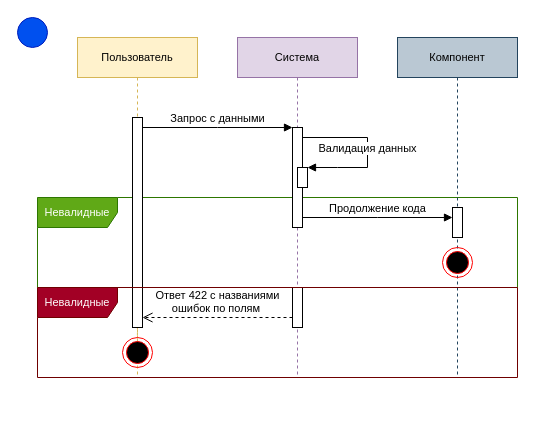
Above: page "Общее: валидация" (1 of 7) of docs/Последовательности.drawio in savayaqu/course-project-4 (draw.io), before the change. Source tidied: cells renumbered, new cells numbered last; positions are measured from the earlier drawing's top-left corner, leaving out a move shared by most shapes. Both pictures are drawn from the tidied source at 100%, with x=0, y=0 at pixel (17, 17).
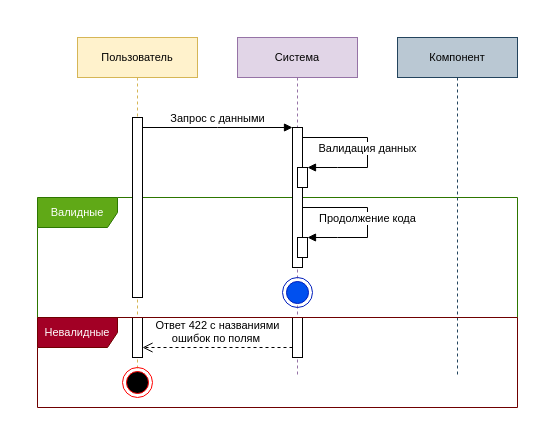
The same diagram, later.

Unchanged cells that the change refers to:
```xml
<mxCell id="4" value="Компонент" style="shape=umlLifeline;perimeter=lifelinePerimeter;whiteSpace=wrap;html=1;labelBackgroundColor=none;fontFamily=Helvetica;fontSize=11;fillColor=#bac8d3;strokeColor=#23445d;" parent="1" vertex="1">
  <mxGeometry x="380" y="20" width="120" height="340" as="geometry" />
</mxCell>
<mxCell id="8" value="Система" style="shape=umlLifeline;perimeter=lifelinePerimeter;whiteSpace=wrap;html=1;labelBackgroundColor=none;strokeColor=#9673a6;fontFamily=Helvetica;fontSize=11;fillColor=#e1d5e7;" parent="1" vertex="1">
  <mxGeometry x="220" y="20" width="120" height="340" as="geometry" />
</mxCell>
```

The edit, as a diff of the source:
```diff
@@
-    <mxCell id="3" value="Невалидные" style="shape=umlFrame;whiteSpace=wrap;html=1;labelBackgroundColor=none;strokeColor=#2D7600;fontFamily=Helvetica;fontSize=11;fillColor=#60a917;fontColor=#ffffff;width=80;height=30;" parent="1" vertex="1">
-      <mxGeometry x="20" y="180" width="480" height="90" as="geometry" />
+    <mxCell id="3" value="Валидные" style="shape=umlFrame;whiteSpace=wrap;html=1;labelBackgroundColor=none;strokeColor=#2D7600;fontFamily=Helvetica;fontSize=11;fillColor=#60a917;fontColor=#ffffff;width=80;height=30;" parent="1" vertex="1">
+      <mxGeometry x="20" y="180" width="480" height="120" as="geometry" />
     </mxCell>
@@
-    <mxCell id="6" style="html=1;perimeter=orthogonalPerimeter;labelBackgroundColor=none;strokeColor=#000000;fontFamily=Helvetica;fontSize=11;fontColor=default;fillColor=default;" parent="4" vertex="1">
-      <mxGeometry x="55" y="170" width="10" height="30" as="geometry" />
-    </mxCell>
-    <mxCell id="7" style="ellipse;html=1;shape=endState;fillColor=#000000;strokeColor=#ff0000;labelBackgroundColor=none;fontFamily=Helvetica;fontSize=11;fontColor=default;" parent="4" vertex="1">
-      <mxGeometry x="45" y="210" width="30" height="30" as="geometry" />
-    </mxCell>
@@
     <mxCell id="9" style="html=1;points=[];perimeter=orthogonalPerimeter;labelBackgroundColor=none;strokeColor=#000000;fontFamily=Helvetica;fontSize=11;fontColor=default;fillColor=default;" parent="8" vertex="1">
-      <mxGeometry x="55" y="90" width="10" height="100" as="geometry" />
+      <mxGeometry x="55" y="90" width="10" height="140" as="geometry" />
     </mxCell>
@@
+    <mxCell id="7" style="ellipse;html=1;shape=endState;labelBackgroundColor=none;fontFamily=Helvetica;fontSize=11;fillColor=#0050ef;fontColor=#ffffff;strokeColor=#001DBC;" parent="8" vertex="1">
+      <mxGeometry x="45" y="240" width="30" height="30" as="geometry" />
+    </mxCell>
+    <mxCell id="6" style="html=1;perimeter=orthogonalPerimeter;labelBackgroundColor=none;strokeColor=#000000;fontFamily=Helvetica;fontSize=11;fontColor=default;fillColor=default;" parent="8" vertex="1">
+      <mxGeometry x="60" y="200" width="10" height="20" as="geometry" />
+    </mxCell>
@@
     <mxCell id="12" style="html=1;points=[];perimeter=orthogonalPerimeter;labelBackgroundColor=none;strokeColor=#000000;fontFamily=Helvetica;fontSize=11;fontColor=default;fillColor=default;" parent="1" vertex="1">
-      <mxGeometry x="115" y="100" width="10" height="170" as="geometry" />
+      <mxGeometry x="115" y="100" width="10" height="180" as="geometry" />
     </mxCell>
-    <mxCell id="13" value="Продолжение кода" style="html=1;verticalAlign=bottom;endArrow=block;rounded=0;labelBackgroundColor=default;strokeColor=default;fontFamily=Helvetica;fontSize=11;fontColor=default;shape=connector;curved=0;" parent="1" edge="1">
-      <mxGeometry relative="1" as="geometry">
-        <mxPoint x="285" y="200" as="sourcePoint" />
-        <mxPoint x="435" y="200" as="targetPoint" />
-        <Array as="points">
-          <mxPoint x="360" y="200" />
-        </Array>
-      </mxGeometry>
-    </mxCell>
-    <mxCell id="14" style="endArrow=none;dashed=1;html=1;rounded=0;labelBackgroundColor=default;strokeColor=#d6b656;fontFamily=Helvetica;fontSize=11;fontColor=default;shape=connector;curved=0;fillColor=#fff2cc;" parent="1" edge="1">
-      <mxGeometry relative="1" as="geometry">
-        <mxPoint x="120" y="330" as="sourcePoint" />
-        <mxPoint x="119.7" y="270" as="targetPoint" />
-      </mxGeometry>
-    </mxCell>
     <mxCell id="15" style="html=1;points=[];perimeter=orthogonalPerimeter;labelBackgroundColor=none;strokeColor=#000000;fontFamily=Helvetica;fontSize=11;fontColor=default;fillColor=default;" parent="1" vertex="1">
-      <mxGeometry x="115" y="270" width="10" height="40" as="geometry" />
+      <mxGeometry x="115" y="300" width="10" height="40" as="geometry" />
     </mxCell>
     <mxCell id="16" style="html=1;points=[];perimeter=orthogonalPerimeter;labelBackgroundColor=none;strokeColor=#000000;fontFamily=Helvetica;fontSize=11;fontColor=default;fillColor=default;" parent="1" vertex="1">
-      <mxGeometry x="275" y="270" width="10" height="40" as="geometry" />
+      <mxGeometry x="275" y="300" width="10" height="40" as="geometry" />
     </mxCell>
     <mxCell id="17" value="Невалидные" style="shape=umlFrame;whiteSpace=wrap;html=1;labelBackgroundColor=none;strokeColor=#6F0000;fontFamily=Helvetica;fontSize=11;fillColor=#a20025;fontColor=#ffffff;width=80;height=30;" parent="1" vertex="1">
-      <mxGeometry x="20" y="270" width="480" height="90" as="geometry" />
+      <mxGeometry x="20" y="300" width="480" height="90" as="geometry" />
     </mxCell>
     <mxCell id="18" style="ellipse;html=1;shape=endState;fillColor=#000000;strokeColor=#ff0000;labelBackgroundColor=none;fontFamily=Helvetica;fontSize=11;fontColor=default;" parent="1" vertex="1">
-      <mxGeometry x="105" y="320" width="30" height="30" as="geometry" />
+      <mxGeometry x="105" y="350" width="30" height="30" as="geometry" />
     </mxCell>
     <mxCell id="19" value="Ответ 422 с названиями&lt;br&gt;ошибок по полям&amp;nbsp;" style="html=1;verticalAlign=bottom;endArrow=open;dashed=1;endSize=8;rounded=0;labelBackgroundColor=default;strokeColor=default;fontFamily=Helvetica;fontSize=11;fontColor=default;shape=connector;curved=0;" parent="1" edge="1" source="16" target="15">
       <mxGeometry relative="1" as="geometry">
         <Array as="points">
-          <mxPoint x="200" y="300" />
+          <mxPoint x="200" y="330" />
         </Array>
       </mxGeometry>
     </mxCell>
-    <mxCell id="20" style="ellipse;whiteSpace=wrap;html=1;fontFamily=Helvetica;fontSize=11;fontColor=#ffffff;labelBackgroundColor=default;fillColor=#0050ef;strokeColor=#001DBC;" parent="1" vertex="1">
-      <mxGeometry width="30" height="30" as="geometry" />
-    </mxCell>
+    <mxCell id="13" value="Продолжение кода" style="html=1;verticalAlign=bottom;endArrow=block;rounded=0;labelBackgroundColor=default;strokeColor=default;fontFamily=Helvetica;fontSize=11;fontColor=default;shape=connector;curved=0;" parent="1" edge="1">
+      <mxGeometry x="0.1" relative="1" as="geometry">
+        <mxPoint x="285" y="190" as="sourcePoint" />
+        <mxPoint x="290" y="220" as="targetPoint" />
+        <Array as="points">
+          <mxPoint x="350" y="190" />
+          <mxPoint x="350" y="220" />
+          <mxPoint x="320" y="220" />
+        </Array>
+      </mxGeometry>
+    </mxCell>
```
